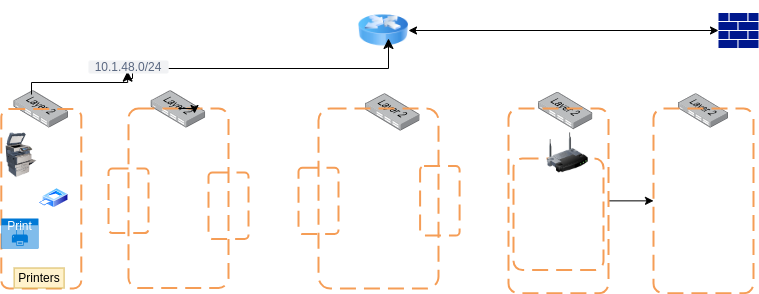
MwarumbaH-5523/Secured_Networks_Topology keeps this draw.io diagram as secured_network_topology.drawio.png. Above is the earlier version. Source tidied: cells renumbered, new cells last; positions are measured from the earlier drawing's top-left corner, leaving out a move shared by most shapes.
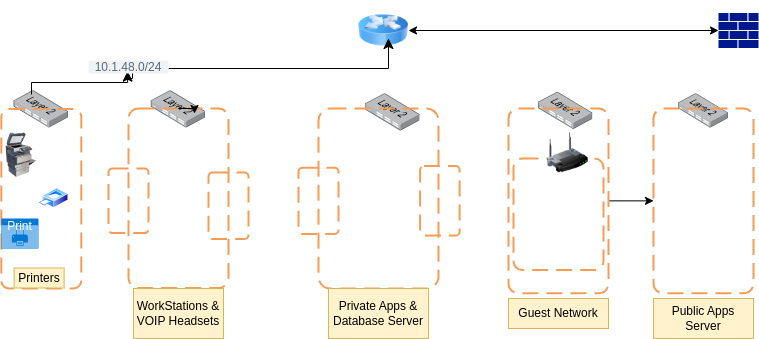
Above is the later version.

Diff of the diagram source:
```diff
@@ -97,5 +97,17 @@
     <mxCell id="30" value="10.1.48.0/24" style="rounded=1;align=center;fillColor=#F1F2F4;strokeColor=none;html=1;whiteSpace=wrap;fontColor=#596780;fontSize=12;" parent="1" vertex="1">
       <mxGeometry x="87" y="60" width="80" height="13" as="geometry" />
     </mxCell>
+    <mxCell id="31" value="WorkStations &amp;amp; VOIP Headsets" style="text;html=1;strokeColor=#d6b656;fillColor=#fff2cc;align=center;verticalAlign=middle;whiteSpace=wrap;overflow=hidden;" parent="1" vertex="1">
+      <mxGeometry x="132" y="288" width="90" height="50" as="geometry" />
+    </mxCell>
+    <mxCell id="32" value="Private Apps &amp;amp; Database Server" style="text;html=1;strokeColor=#d6b656;fillColor=#fff2cc;align=center;verticalAlign=middle;whiteSpace=wrap;overflow=hidden;" parent="1" vertex="1">
+      <mxGeometry x="327" y="288" width="100" height="50" as="geometry" />
+    </mxCell>
+    <mxCell id="33" value="Guest Network" style="text;html=1;strokeColor=#d6b656;fillColor=#fff2cc;align=center;verticalAlign=middle;whiteSpace=wrap;overflow=hidden;" parent="1" vertex="1">
+      <mxGeometry x="507" y="298" width="100" height="30" as="geometry" />
+    </mxCell>
+    <mxCell id="34" value="Public Apps Server" style="text;html=1;strokeColor=#d6b656;fillColor=#fff2cc;align=center;verticalAlign=middle;whiteSpace=wrap;overflow=hidden;" parent="1" vertex="1">
+      <mxGeometry x="652" y="298" width="100" height="40" as="geometry" />
+    </mxCell>
   </root>
 </mxGraphModel>
```
